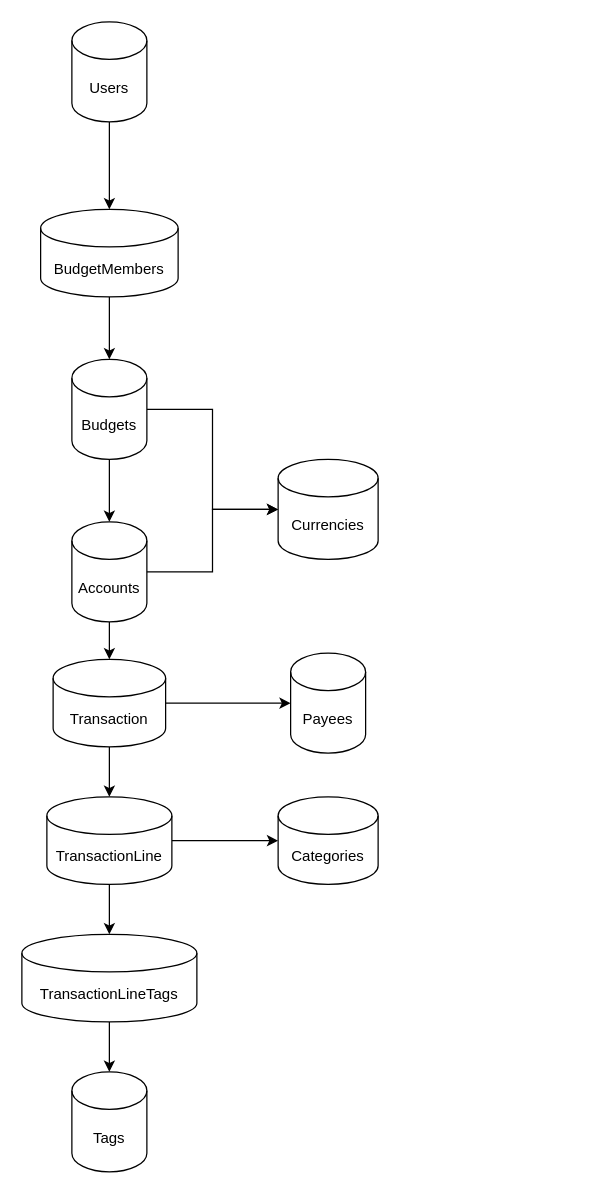
This is diagrams/budgetbros-table-diagram.drawio from MasonFlint44/budgetbros-budget-api, a draw.io file, before an edit. Source tidied: cells renumbered, new cells numbered last; positions are measured from the earlier drawing's top-left corner, leaving out a move shared by most shapes. Both pictures are drawn from the tidied source at 125%, with x=0, y=0 at pixel (21, 21).
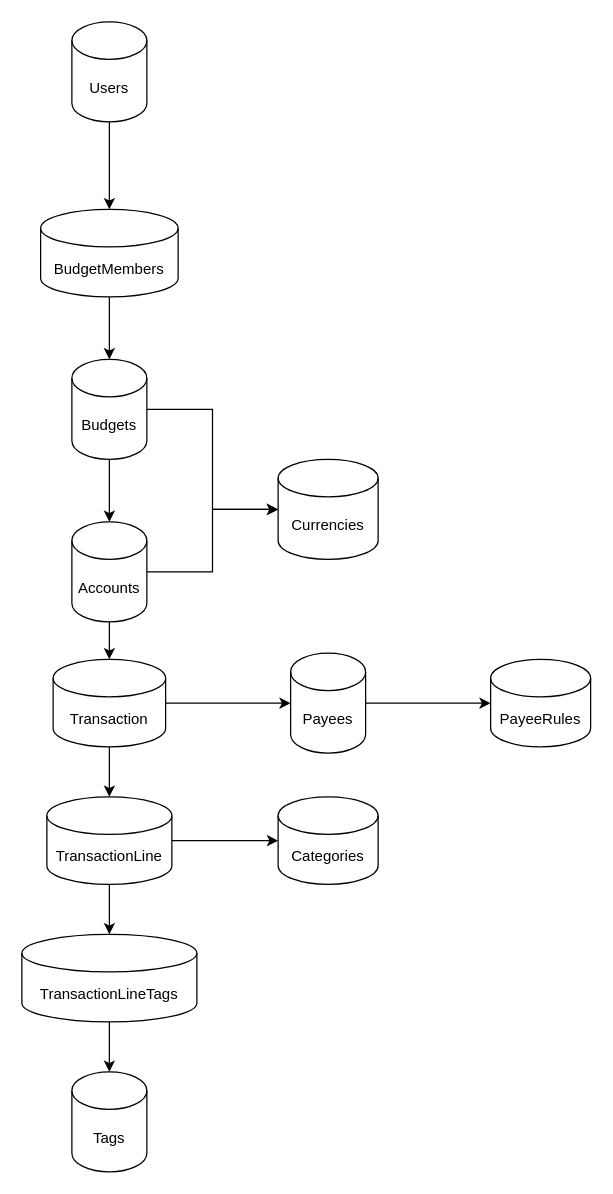
The same diagram, later.

Commit message (it also covers changes not shown here):
added payeerules to diagram

Unchanged cells that the change refers to:
```xml
<mxCell id="20" value="Payees" style="shape=cylinder3;whiteSpace=wrap;html=1;boundedLbl=1;backgroundOutline=1;size=15;" parent="1" vertex="1">
  <mxGeometry x="215" y="505" width="60" height="80" as="geometry" />
</mxCell>
```

Diff of the diagram source:
```diff
@@
+    <mxCell id="24" value="PayeeRules" style="shape=cylinder3;whiteSpace=wrap;html=1;boundedLbl=1;backgroundOutline=1;size=15;" parent="1" vertex="1">
+      <mxGeometry x="375" y="510" width="80" height="70" as="geometry" />
+    </mxCell>
+    <mxCell id="25" style="edgeStyle=orthogonalEdgeStyle;rounded=0;jettySize=auto;html=1;entryX=0;entryY=0.5;entryDx=0;entryDy=0;entryPerimeter=0;" parent="1" edge="1" source="20" target="24">
+      <mxGeometry relative="1" as="geometry" />
+    </mxCell>
```
